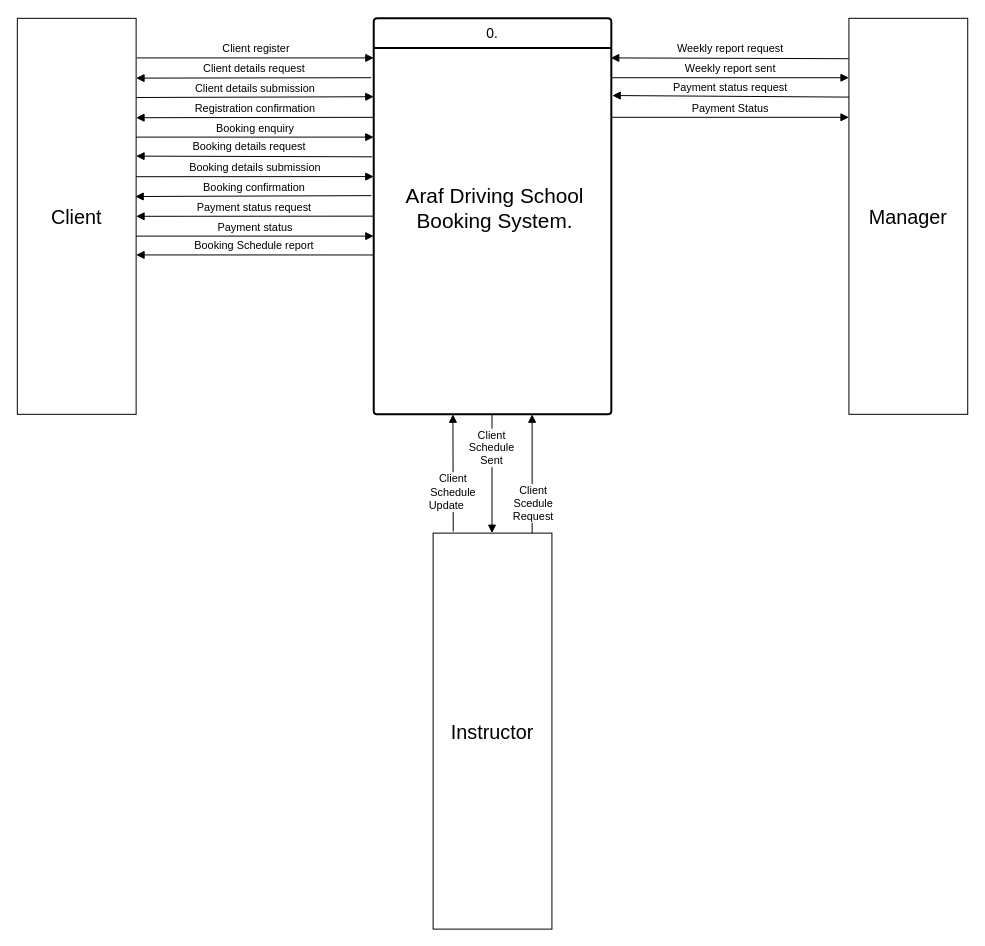
Earlier version of the draw.io diagram page "Context-Level DFD" (1 of 3) of Diagrams for Project.drawio (SI0209/MajorGroupProject). Source tidied: cells renumbered, new cells numbered last; positions are measured from the earlier drawing's top-left corner, leaving out a move shared by most shapes. Both pictures are drawn from the tidied source at 99%, with x=0, y=0 at pixel (17, 18).
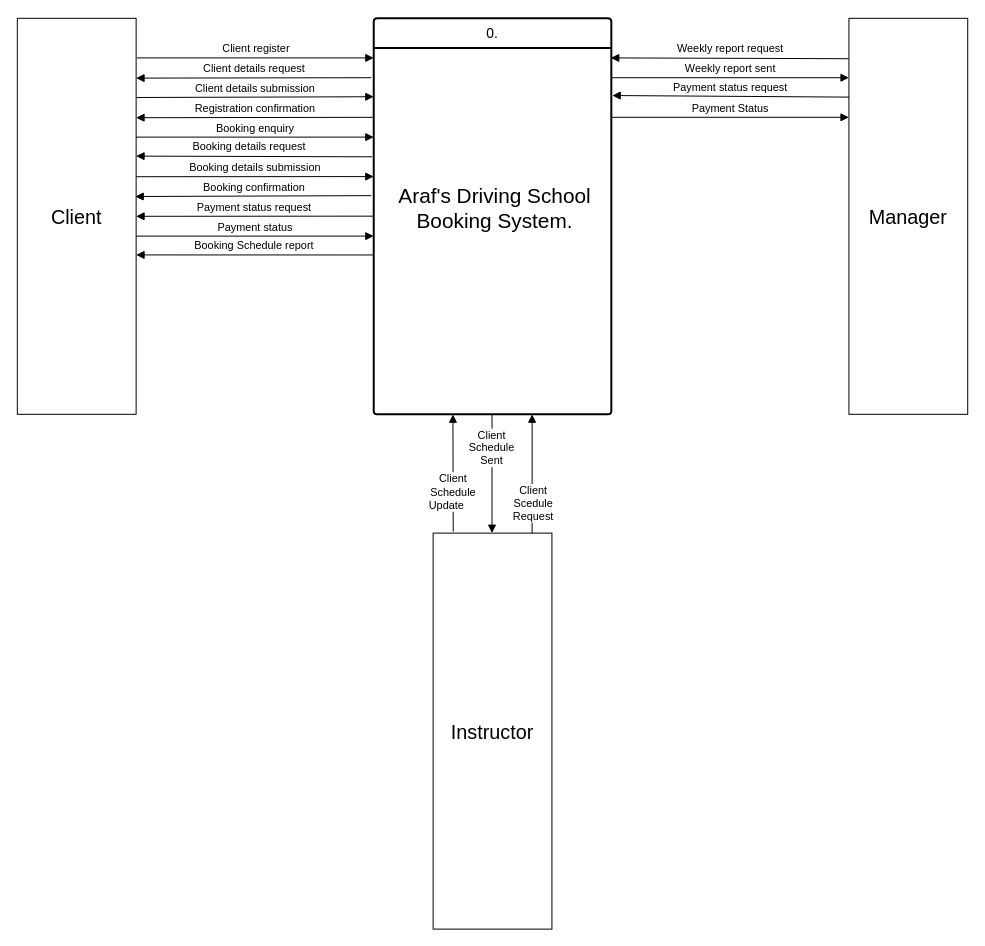
Above is the later version.

Unchanged cells that the change refers to:
```xml
<mxCell id="2" value="0." style="swimlane;horizontal=1;startSize=30;rounded=1;fontSize=14;fontStyle=0;strokeWidth=2;shadow=0;dashed=0;align=center;arcSize=4;whiteSpace=wrap;html=1;" parent="1" vertex="1">
  <mxGeometry x="360" width="240" height="400" as="geometry" />
</mxCell>
```

The edit, as a diff of the source:
```diff
@@
-    <mxCell id="3" value="&lt;div style=&quot;&quot;&gt;&lt;font style=&quot;font-size: 18px;&quot;&gt;&lt;br&gt;&lt;/font&gt;&lt;/div&gt;&lt;div style=&quot;&quot;&gt;&lt;font style=&quot;font-size: 18px;&quot;&gt;&lt;br&gt;&lt;/font&gt;&lt;/div&gt;&lt;div style=&quot;&quot;&gt;&lt;font style=&quot;font-size: 24px;&quot;&gt;&lt;br&gt;&lt;/font&gt;&lt;/div&gt;&lt;div style=&quot;&quot;&gt;&lt;font style=&quot;font-size: 24px;&quot;&gt;&lt;br&gt;&lt;/font&gt;&lt;/div&gt;&lt;div style=&quot;&quot;&gt;&lt;br&gt;&lt;/div&gt;&lt;div style=&quot;&quot;&gt;&lt;br&gt;&lt;/div&gt;&lt;div style=&quot;font-size: 21px;&quot;&gt;&lt;font style=&quot;font-size: 21px;&quot;&gt;&lt;span style=&quot;background-color: initial;&quot;&gt;Araf Driving School&lt;/span&gt;&lt;br&gt;&lt;/font&gt;&lt;/div&gt;&lt;div style=&quot;font-size: 21px;&quot;&gt;&lt;font style=&quot;font-size: 21px;&quot;&gt;Booking System.&lt;/font&gt;&lt;/div&gt;" style="align=center;strokeColor=none;fillColor=none;spacingLeft=4;fontSize=12;verticalAlign=top;html=1;" parent="2" vertex="1">
+    <mxCell id="3" value="&lt;div style=&quot;&quot;&gt;&lt;font style=&quot;font-size: 18px;&quot;&gt;&lt;br&gt;&lt;/font&gt;&lt;/div&gt;&lt;div style=&quot;&quot;&gt;&lt;font style=&quot;font-size: 18px;&quot;&gt;&lt;br&gt;&lt;/font&gt;&lt;/div&gt;&lt;div style=&quot;&quot;&gt;&lt;font style=&quot;font-size: 24px;&quot;&gt;&lt;br&gt;&lt;/font&gt;&lt;/div&gt;&lt;div style=&quot;&quot;&gt;&lt;font style=&quot;font-size: 24px;&quot;&gt;&lt;br&gt;&lt;/font&gt;&lt;/div&gt;&lt;div style=&quot;&quot;&gt;&lt;br&gt;&lt;/div&gt;&lt;div style=&quot;&quot;&gt;&lt;br&gt;&lt;/div&gt;&lt;div style=&quot;font-size: 21px;&quot;&gt;&lt;font style=&quot;font-size: 21px;&quot;&gt;&lt;span style=&quot;background-color: initial;&quot;&gt;Araf's Driving School&lt;/span&gt;&lt;br&gt;&lt;/font&gt;&lt;/div&gt;&lt;div style=&quot;font-size: 21px;&quot;&gt;&lt;font style=&quot;font-size: 21px;&quot;&gt;Booking System.&lt;/font&gt;&lt;/div&gt;" style="align=center;strokeColor=none;fillColor=none;spacingLeft=4;fontSize=12;verticalAlign=top;html=1;" parent="2" vertex="1">
       <mxGeometry y="30" width="240" height="370" as="geometry" />
     </mxCell>
```
